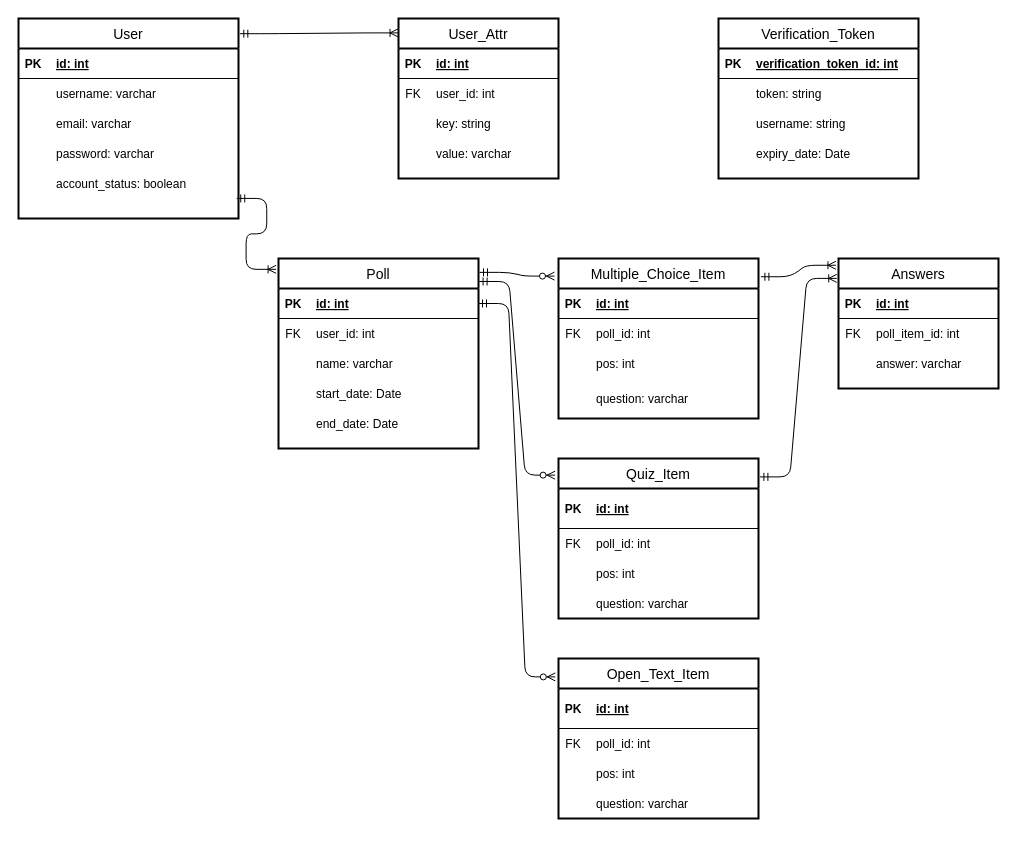
Earlier version of the draw.io diagram media/er-diagram.drawio (livepoll/live-poll-api). Source tidied: cells renumbered, new cells numbered last; positions are measured from the earlier drawing's top-left corner, leaving out a move shared by most shapes. Both pictures are drawn from the tidied source at 100%, with x=0, y=0 at pixel (18, 18).
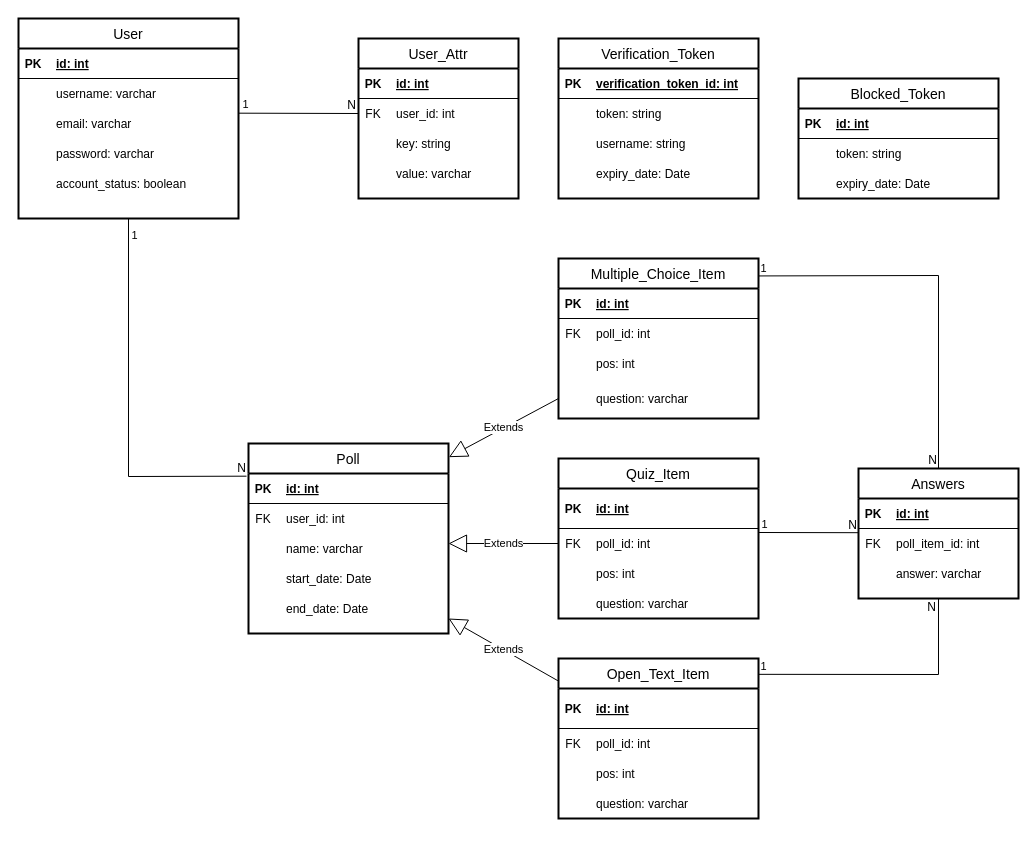
The same diagram, later.

Unchanged cells that the change refers to:
```xml
<mxCell id="3" value="User" style="swimlane;horizontal=1;startSize=30;rounded=1;fontSize=14;fontStyle=0;strokeWidth=2;shadow=0;dashed=0;align=center;arcSize=0;" parent="1" vertex="1">
  <mxGeometry width="220" height="200" as="geometry" />
</mxCell>
<mxCell id="4" style="shape=table;startSize=0;childLayout=tableLayout;rowLines=0;fontStyle=0;align=center;strokeColor=none;fillColor=none;" parent="3" vertex="1">
  <mxGeometry y="30" width="220" height="170" as="geometry" />
</mxCell>
<mxCell id="11" style="shape=partialRectangle;fillColor=none;top=0;left=0;bottom=0;right=0;points=[[0,0.5],[1,0.5]];portConstraint=eastwest;" parent="4" vertex="1">
  <mxGeometry y="60" width="220" height="30" as="geometry" />
</mxCell>
<mxCell id="17" style="shape=partialRectangle;fillColor=none;top=0;left=0;bottom=0;right=0;points=[[0,0.5],[1,0.5]];portConstraint=eastwest;" parent="4" vertex="1">
  <mxGeometry y="120" width="220" height="30" as="geometry" />
</mxCell>
<mxCell id="25" style="shape=partialRectangle;fillColor=none;top=0;left=0;bottom=0;right=0;points=[[0,0.5],[1,0.5]];portConstraint=eastwest;" parent="21" vertex="1">
  <mxGeometry y="30" width="160" height="30" as="geometry" />
</mxCell>
<mxCell id="39" style="shape=partialRectangle;fillColor=none;top=0;left=0;bottom=1;right=0;points=[[0,0.5],[1,0.5]];portConstraint=eastwest;" parent="38" vertex="1">
  <mxGeometry width="200" height="30" as="geometry" />
</mxCell>
<mxCell id="55" value="Multiple_Choice_Item" style="swimlane;horizontal=1;startSize=30;rounded=1;fontSize=14;fontStyle=0;strokeWidth=2;shadow=0;dashed=0;align=center;arcSize=0;" parent="1" vertex="1">
  <mxGeometry x="540" y="240" width="200" height="160" as="geometry" />
</mxCell>
<mxCell id="66" style="shape=partialRectangle;fillColor=none;top=0;left=0;bottom=0;right=0;points=[[0,0.5],[1,0.5]];portConstraint=eastwest;" parent="56" vertex="1">
  <mxGeometry y="90" width="200" height="40" as="geometry" />
</mxCell>
<mxCell id="70" style="shape=table;startSize=0;childLayout=tableLayout;rowLines=0;fontStyle=0;align=center;strokeColor=none;fillColor=none;" parent="69" vertex="1">
  <mxGeometry y="30" width="160" height="100" as="geometry" />
</mxCell>
<mxCell id="82" value="Open_Text_Item" style="swimlane;horizontal=1;startSize=30;rounded=1;fontSize=14;fontStyle=0;strokeWidth=2;shadow=0;dashed=0;align=center;arcSize=0;" parent="1" vertex="1">
  <mxGeometry x="540" y="640" width="200" height="160" as="geometry" />
</mxCell>
<mxCell id="99" value="Quiz_Item" style="swimlane;horizontal=1;startSize=30;rounded=1;fontSize=14;fontStyle=0;strokeWidth=2;shadow=0;dashed=0;align=center;arcSize=0;" parent="1" vertex="1">
  <mxGeometry x="540" y="440" width="200" height="160" as="geometry" />
</mxCell>
<mxCell id="104" style="shape=partialRectangle;fillColor=none;top=0;left=0;bottom=0;right=0;points=[[0,0.5],[1,0.5]];portConstraint=eastwest;" parent="100" vertex="1">
  <mxGeometry y="40" width="200" height="30" as="geometry" />
</mxCell>
```

What changed in the source:
```diff
@@
-    <mxCell id="2" style="edgeStyle=entityRelationEdgeStyle;fontSize=12;html=1;endArrow=ERoneToMany;startArrow=ERmandOne;exitX=1.006;exitY=0.076;exitDx=0;exitDy=0;exitPerimeter=0;entryX=-0.003;entryY=0.09;entryDx=0;entryDy=0;entryPerimeter=0;" parent="1" edge="1" source="3" target="20">
-      <mxGeometry relative="1" as="geometry" />
-    </mxCell>
@@
     <mxCell id="20" value="User_Attr" style="swimlane;horizontal=1;startSize=30;rounded=1;fontSize=14;fontStyle=0;strokeWidth=2;shadow=0;dashed=0;align=center;arcSize=0;" parent="1" vertex="1">
-      <mxGeometry x="380" width="160" height="160" as="geometry" />
+      <mxGeometry x="340" y="20" width="160" height="160" as="geometry" />
     </mxCell>
@@
-    <mxCell id="34" style="edgeStyle=entityRelationEdgeStyle;fontSize=12;html=1;endArrow=ERoneToMany;startArrow=ERmandOne;exitX=0.992;exitY=0.997;exitDx=0;exitDy=0;exitPerimeter=0;entryX=-0.012;entryY=0.057;entryDx=0;entryDy=0;entryPerimeter=0;" parent="1" edge="1" source="17" target="37">
-      <mxGeometry relative="1" as="geometry" />
-    </mxCell>
-    <mxCell id="35" style="edgeStyle=entityRelationEdgeStyle;fontSize=12;html=1;endArrow=ERzeroToMany;startArrow=ERmandOne;exitX=1.005;exitY=0.073;exitDx=0;exitDy=0;exitPerimeter=0;entryX=-0.02;entryY=0.11;entryDx=0;entryDy=0;entryPerimeter=0;" parent="1" edge="1" source="37" target="55">
-      <mxGeometry relative="1" as="geometry" />
-    </mxCell>
-    <mxCell id="36" style="edgeStyle=entityRelationEdgeStyle;fontSize=12;html=1;endArrow=ERoneToMany;startArrow=ERmandOne;exitX=1.012;exitY=0.114;exitDx=0;exitDy=0;exitPerimeter=0;entryX=-0.016;entryY=0.052;entryDx=0;entryDy=0;entryPerimeter=0;" parent="1" edge="1" source="55" target="69">
-      <mxGeometry relative="1" as="geometry" />
-    </mxCell>
     <mxCell id="37" value="Poll" style="swimlane;horizontal=1;startSize=30;rounded=1;fontSize=14;fontStyle=0;strokeWidth=2;shadow=0;dashed=0;align=center;arcSize=0;" parent="1" vertex="1">
-      <mxGeometry x="260" y="240" width="200" height="190" as="geometry" />
+      <mxGeometry x="230" y="425" width="200" height="190" as="geometry" />
     </mxCell>
@@
-    <mxCell id="54" style="edgeStyle=entityRelationEdgeStyle;fontSize=12;html=1;endArrow=ERzeroToMany;startArrow=ERmandOne;exitX=1.003;exitY=0.121;exitDx=0;exitDy=0;exitPerimeter=0;entryX=-0.017;entryY=0.104;entryDx=0;entryDy=0;entryPerimeter=0;" parent="1" edge="1" source="37" target="99">
-      <mxGeometry relative="1" as="geometry" />
-    </mxCell>
@@
     <mxCell id="69" value="Answers" style="swimlane;horizontal=1;startSize=30;rounded=1;fontSize=14;fontStyle=0;strokeWidth=2;shadow=0;dashed=0;align=center;arcSize=0;" parent="1" vertex="1">
-      <mxGeometry x="820" y="240" width="160" height="130" as="geometry" />
+      <mxGeometry x="840" y="450" width="160" height="130" as="geometry" />
     </mxCell>
@@
-    <mxCell id="80" style="edgeStyle=entityRelationEdgeStyle;fontSize=12;html=1;endArrow=ERoneToMany;startArrow=ERmandOne;exitX=1.007;exitY=0.115;exitDx=0;exitDy=0;exitPerimeter=0;entryX=-0.011;entryY=0.153;entryDx=0;entryDy=0;entryPerimeter=0;" parent="1" edge="1" source="99" target="69">
-      <mxGeometry relative="1" as="geometry" />
-    </mxCell>
-    <mxCell id="81" style="edgeStyle=entityRelationEdgeStyle;fontSize=12;html=1;endArrow=ERzeroToMany;startArrow=ERmandOne;exitX=1;exitY=0.5;exitDx=0;exitDy=0;entryX=-0.016;entryY=0.115;entryDx=0;entryDy=0;entryPerimeter=0;" parent="1" edge="1" source="39" target="82">
-      <mxGeometry relative="1" as="geometry" />
-    </mxCell>
@@
     <mxCell id="113" value="Verification_Token" style="swimlane;horizontal=1;startSize=30;rounded=1;fontSize=14;fontStyle=0;strokeWidth=2;shadow=0;dashed=0;align=center;arcSize=0;" parent="1" vertex="1">
-      <mxGeometry x="700" width="200" height="160" as="geometry" />
+      <mxGeometry x="540" y="20" width="200" height="160" as="geometry" />
     </mxCell>
@@
+    <mxCell id="127" style="endArrow=none;html=1;rounded=0;entryX=0;entryY=0.5;entryDx=0;entryDy=0;exitX=1.002;exitY=0.156;exitDx=0;exitDy=0;exitPerimeter=0;" parent="1" edge="1" source="11" target="25">
+      <mxGeometry relative="1" as="geometry" />
+    </mxCell>
+    <mxCell id="128" value="N" style="html=1;align=right;verticalAlign=bottom;" parent="127" vertex="1">
+      <mxGeometry x="1" relative="1" as="geometry">
+        <mxPoint x="-2" as="offset" />
+      </mxGeometry>
+    </mxCell>
+    <mxCell id="129" value="1" style="edgeLabel;html=1;align=center;verticalAlign=middle;" parent="127" vertex="1">
+      <mxGeometry x="-0.81" y="1" relative="1" as="geometry">
+        <mxPoint x="-5" y="-8" as="offset" />
+      </mxGeometry>
+    </mxCell>
+    <mxCell id="130" style="endArrow=none;html=1;rounded=0;entryX=-0.01;entryY=0.172;entryDx=0;entryDy=0;entryPerimeter=0;exitX=0.5;exitY=1;exitDx=0;exitDy=0;" parent="1" edge="1" source="4" target="37">
+      <mxGeometry relative="1" as="geometry">
+        <Array as="points">
+          <mxPoint x="110" y="458" />
+        </Array>
+      </mxGeometry>
+    </mxCell>
+    <mxCell id="131" value="N" style="html=1;align=right;verticalAlign=bottom;" parent="130" vertex="1">
+      <mxGeometry x="1" relative="1" as="geometry" />
+    </mxCell>
+    <mxCell id="132" value="1" style="edgeLabel;html=1;align=center;verticalAlign=middle;" parent="130" vertex="1">
+      <mxGeometry x="-0.9" relative="1" as="geometry">
+        <mxPoint x="5" y="-3" as="offset" />
+      </mxGeometry>
+    </mxCell>
+    <mxCell id="36" style="endArrow=none;html=1;rounded=0;exitX=1.002;exitY=0.109;exitDx=0;exitDy=0;exitPerimeter=0;entryX=0.5;entryY=0;entryDx=0;entryDy=0;" parent="1" edge="1" source="55" target="69">
+      <mxGeometry relative="1" as="geometry">
+        <Array as="points">
+          <mxPoint x="920" y="257" />
+        </Array>
+      </mxGeometry>
+    </mxCell>
+    <mxCell id="133" value="N" style="html=1;align=right;verticalAlign=bottom;" parent="36" vertex="1">
+      <mxGeometry x="1" relative="1" as="geometry">
+        <mxPoint x="-1" as="offset" />
+      </mxGeometry>
+    </mxCell>
+    <mxCell id="134" value="1" style="edgeLabel;html=1;align=center;verticalAlign=middle;" parent="36" vertex="1">
+      <mxGeometry x="-0.81" relative="1" as="geometry">
+        <mxPoint x="-31" y="-7.5" as="offset" />
+      </mxGeometry>
+    </mxCell>
+    <mxCell id="135" style="endArrow=none;html=1;rounded=0;entryX=-0.003;entryY=0.117;entryDx=0;entryDy=0;entryPerimeter=0;" parent="1" edge="1">
+      <mxGeometry relative="1" as="geometry">
+        <mxPoint x="740" y="514" as="sourcePoint" />
+        <mxPoint x="839.5" y="514.2" as="targetPoint" />
+      </mxGeometry>
+    </mxCell>
+    <mxCell id="136" value="N" style="html=1;align=right;verticalAlign=bottom;" parent="135" vertex="1">
+      <mxGeometry x="1" relative="1" as="geometry">
+        <mxPoint x="-1" y="0.8" as="offset" />
+      </mxGeometry>
+    </mxCell>
+    <mxCell id="137" value="1" style="edgeLabel;html=1;align=center;verticalAlign=middle;" parent="135" vertex="1">
+      <mxGeometry x="-0.75" y="-4" relative="1" as="geometry">
+        <mxPoint x="-6.6" y="-12.1" as="offset" />
+      </mxGeometry>
+    </mxCell>
+    <mxCell id="138" style="endArrow=none;html=1;rounded=0;exitX=1.001;exitY=0.099;exitDx=0;exitDy=0;exitPerimeter=0;entryX=0.5;entryY=1;entryDx=0;entryDy=0;" parent="1" edge="1" source="82" target="70">
+      <mxGeometry relative="1" as="geometry">
+        <Array as="points">
+          <mxPoint x="920" y="656" />
+        </Array>
+      </mxGeometry>
+    </mxCell>
+    <mxCell id="139" value="N" style="html=1;align=right;verticalAlign=bottom;" parent="138" vertex="1">
+      <mxGeometry x="1" relative="1" as="geometry">
+        <mxPoint x="-2" y="16.9" as="offset" />
+      </mxGeometry>
+    </mxCell>
+    <mxCell id="140" value="1" style="edgeLabel;html=1;align=center;verticalAlign=middle;" parent="138" vertex="1">
+      <mxGeometry x="-0.92" y="-2" relative="1" as="geometry">
+        <mxPoint x="-5.7" y="-9.9" as="offset" />
+      </mxGeometry>
+    </mxCell>
+    <mxCell id="141" value="Extends" style="endArrow=block;endSize=16;endFill=0;html=1;exitX=0;exitY=0.5;exitDx=0;exitDy=0;entryX=1.002;entryY=0.072;entryDx=0;entryDy=0;entryPerimeter=0;" parent="1" edge="1" source="66" target="37">
+      <mxGeometry relative="1" as="geometry" />
+    </mxCell>
+    <mxCell id="142" value="Extends" style="endArrow=block;endSize=16;endFill=0;html=1;exitX=0;exitY=0.5;exitDx=0;exitDy=0;" parent="1" edge="1" source="104">
+      <mxGeometry relative="1" as="geometry">
+        <mxPoint x="430" y="525" as="targetPoint" />
+      </mxGeometry>
+    </mxCell>
+    <mxCell id="143" value="Extends" style="endArrow=block;endSize=16;endFill=0;html=1;exitX=-0.003;exitY=0.139;exitDx=0;exitDy=0;exitPerimeter=0;" parent="1" edge="1" source="82">
+      <mxGeometry relative="1" as="geometry">
+        <mxPoint x="430" y="600" as="targetPoint" />
+      </mxGeometry>
+    </mxCell>
+    <mxCell id="144" value="Blocked_Token" style="swimlane;horizontal=1;startSize=30;rounded=1;fontSize=14;fontStyle=0;strokeWidth=2;shadow=0;dashed=0;align=center;arcSize=0;" parent="1" vertex="1">
+      <mxGeometry x="780" y="60" width="200" height="120" as="geometry" />
+    </mxCell>
+    <mxCell id="145" style="shape=table;startSize=0;childLayout=tableLayout;rowLines=0;fontStyle=0;align=center;strokeColor=none;fillColor=none;" parent="144" vertex="1">
+      <mxGeometry y="30" width="200" height="90" as="geometry" />
+    </mxCell>
+    <mxCell id="146" style="shape=partialRectangle;fillColor=none;top=0;left=0;bottom=1;right=0;" parent="145" vertex="1">
+      <mxGeometry width="200" height="30" as="geometry" />
+    </mxCell>
+    <mxCell id="147" value="PK" style="shape=partialRectangle;fillColor=none;top=0;left=0;bottom=0;right=0;fontStyle=1;overflow=hidden;" parent="146" vertex="1">
+      <mxGeometry width="30" height="30" as="geometry" />
+    </mxCell>
+    <mxCell id="148" value="id: int" style="shape=partialRectangle;fillColor=none;top=0;left=0;bottom=0;right=0;align=left;spacingLeft=6;fontStyle=5;overflow=hidden;" parent="146" vertex="1">
+      <mxGeometry x="30" width="170" height="30" as="geometry" />
+    </mxCell>
+    <mxCell id="149" style="shape=partialRectangle;fillColor=none;top=0;left=0;bottom=0;right=0;" parent="145" vertex="1">
+      <mxGeometry y="30" width="200" height="30" as="geometry" />
+    </mxCell>
+    <mxCell id="150" style="shape=partialRectangle;fillColor=none;top=0;left=0;bottom=0;right=0;fontStyle=0;overflow=hidden;" parent="149" vertex="1">
+      <mxGeometry width="30" height="30" as="geometry" />
+    </mxCell>
+    <mxCell id="151" value="token: string" style="shape=partialRectangle;fillColor=none;top=0;left=0;bottom=0;right=0;align=left;spacingLeft=6;fontStyle=0;overflow=hidden;" parent="149" vertex="1">
+      <mxGeometry x="30" width="170" height="30" as="geometry" />
+    </mxCell>
+    <mxCell id="152" style="shape=partialRectangle;fillColor=none;top=0;left=0;bottom=0;right=0;" parent="145" vertex="1">
+      <mxGeometry y="60" width="200" height="30" as="geometry" />
+    </mxCell>
+    <mxCell id="153" style="shape=partialRectangle;fillColor=none;top=0;left=0;bottom=0;right=0;overflow=hidden;" parent="152" vertex="1">
+      <mxGeometry width="30" height="30" as="geometry" />
+    </mxCell>
+    <mxCell id="154" value="expiry_date: Date" style="shape=partialRectangle;fillColor=none;top=0;left=0;bottom=0;right=0;align=left;spacingLeft=6;overflow=hidden;" parent="152" vertex="1">
+      <mxGeometry x="30" width="170" height="30" as="geometry" />
+    </mxCell>
+    <mxCell id="155" style="edgeStyle=orthogonalEdgeStyle;rounded=0;orthogonalLoop=1;jettySize=auto;html=1;exitX=0.5;exitY=1;exitDx=0;exitDy=0;" parent="144" edge="1" source="145" target="145">
+      <mxGeometry relative="1" as="geometry" />
+    </mxCell>
```
